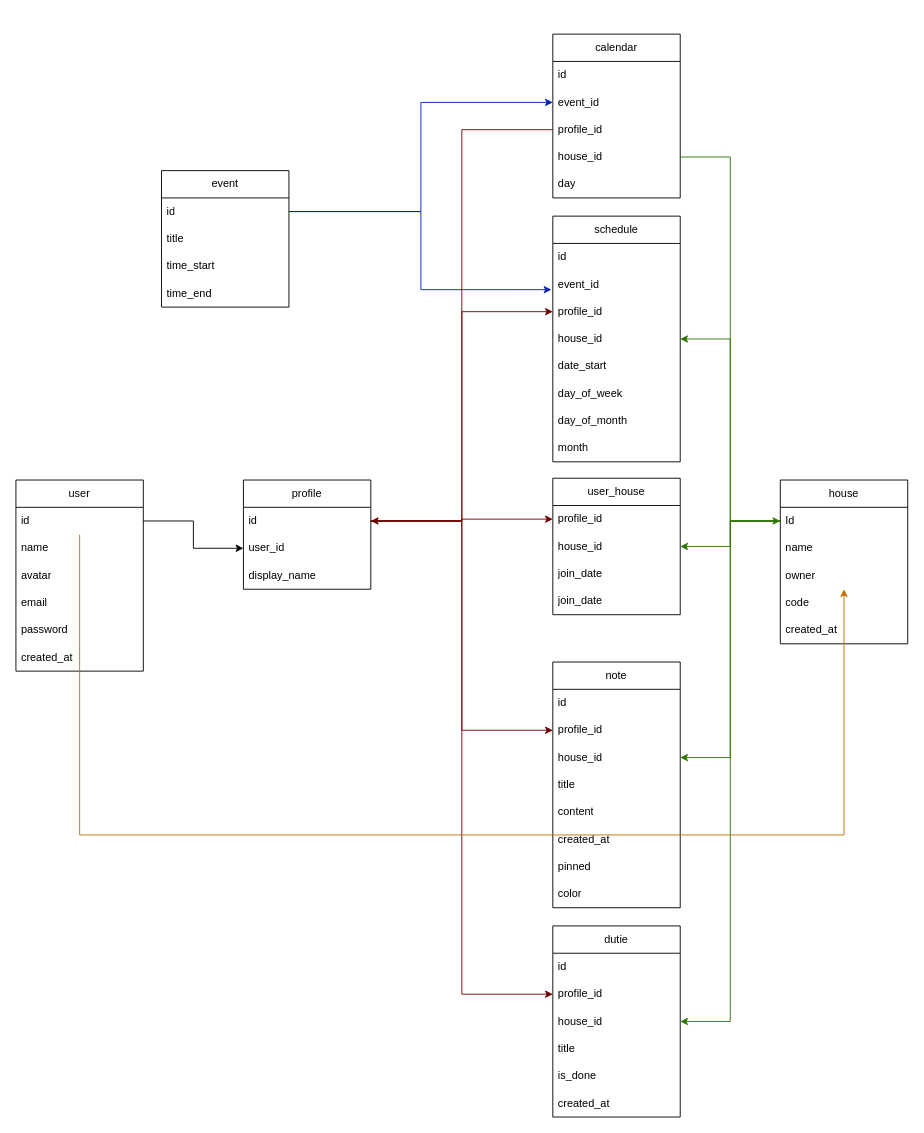
This is prisma/schema.drawio from Yndh/hakhiros, a draw.io file, before an edit. Source tidied: cells renumbered, new cells numbered last; positions are measured from the earlier drawing's top-left corner, leaving out a move shared by most shapes. Both pictures are drawn from the tidied source at 91%, with x=0, y=0 at pixel (15, 34).
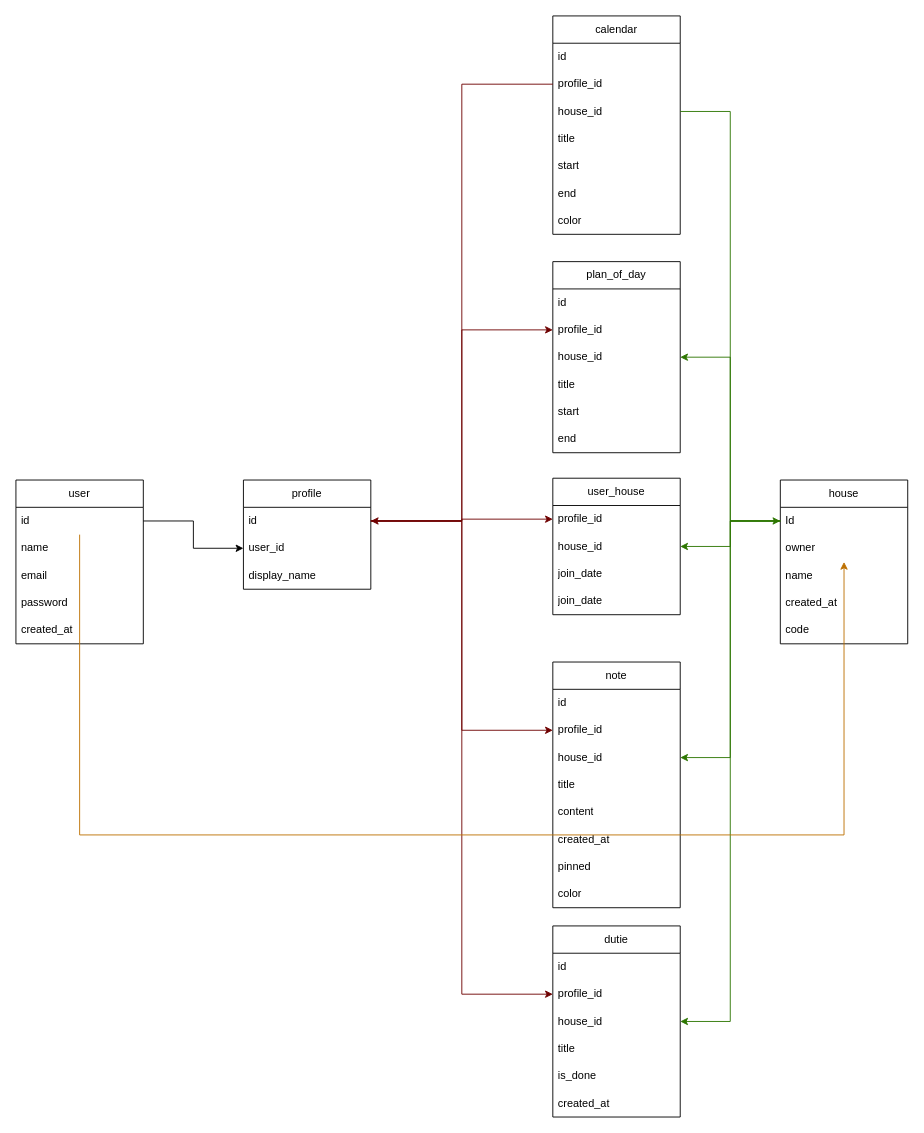
The same page after the edit.

Commit message (it also covers changes not shown here):
change schedule to plan_of_day and change columns and update schema

Unchanged cells that the change refers to:
```xml
<mxCell id="9" value="house" style="swimlane;fontStyle=0;horizontal=1;startSize=30;whiteSpace=wrap;html=1;" parent="1" vertex="1">
  <mxGeometry x="840" y="490" width="140" height="180" as="geometry" />
</mxCell>
```

Diff of the diagram source:
```diff
@@
     <mxCell id="2" value="user" style="swimlane;fontStyle=0;horizontal=1;startSize=30;whiteSpace=wrap;html=1;" parent="1" vertex="1">
-      <mxGeometry y="490" width="140" height="210" as="geometry" />
+      <mxGeometry y="490" width="140" height="180" as="geometry" />
     </mxCell>
@@
-    <mxCell id="5" value="avatar" style="text;strokeColor=none;fillColor=none;align=left;verticalAlign=middle;spacingLeft=4;spacingRight=4;overflow=hidden;whiteSpace=wrap;html=1;" parent="2" vertex="1">
-      <mxGeometry y="90" width="140" height="30" as="geometry" />
-    </mxCell>
     <mxCell id="6" value="email" style="text;strokeColor=none;fillColor=none;align=left;verticalAlign=middle;spacingLeft=4;spacingRight=4;overflow=hidden;whiteSpace=wrap;html=1;" parent="2" vertex="1">
-      <mxGeometry y="120" width="140" height="30" as="geometry" />
+      <mxGeometry y="90" width="140" height="30" as="geometry" />
     </mxCell>
     <mxCell id="7" value="password" style="text;strokeColor=none;fillColor=none;align=left;verticalAlign=middle;spacingLeft=4;spacingRight=4;overflow=hidden;whiteSpace=wrap;html=1;" parent="2" vertex="1">
-      <mxGeometry y="150" width="140" height="30" as="geometry" />
+      <mxGeometry y="120" width="140" height="30" as="geometry" />
     </mxCell>
     <mxCell id="8" value="created_at" style="text;strokeColor=none;fillColor=none;align=left;verticalAlign=middle;spacingLeft=4;spacingRight=4;overflow=hidden;whiteSpace=wrap;html=1;" parent="2" vertex="1">
-      <mxGeometry y="180" width="140" height="30" as="geometry" />
+      <mxGeometry y="150" width="140" height="30" as="geometry" />
     </mxCell>
@@
+    <mxCell id="12" value="owner" style="text;strokeColor=none;fillColor=none;align=left;verticalAlign=middle;spacingLeft=4;spacingRight=4;overflow=hidden;points=[[0,0.5],[1,0.5]];portConstraint=eastwest;whiteSpace=wrap;html=1;" parent="9" vertex="1">
+      <mxGeometry y="60" width="140" height="30" as="geometry" />
+    </mxCell>
     <mxCell id="11" value="name" style="text;strokeColor=none;fillColor=none;align=left;verticalAlign=middle;spacingLeft=4;spacingRight=4;overflow=hidden;whiteSpace=wrap;html=1;" parent="9" vertex="1">
-      <mxGeometry y="60" width="140" height="30" as="geometry" />
+      <mxGeometry y="90" width="140" height="30" as="geometry" />
     </mxCell>
-    <mxCell id="12" value="owner" style="text;strokeColor=none;fillColor=none;align=left;verticalAlign=middle;spacingLeft=4;spacingRight=4;overflow=hidden;points=[[0,0.5],[1,0.5]];portConstraint=eastwest;whiteSpace=wrap;html=1;" parent="9" vertex="1">
-      <mxGeometry y="90" width="140" height="30" as="geometry" />
-    </mxCell>
+    <mxCell id="14" value="created_at" style="text;strokeColor=none;fillColor=none;align=left;verticalAlign=middle;spacingLeft=4;spacingRight=4;overflow=hidden;whiteSpace=wrap;html=1;" parent="9" vertex="1">
+      <mxGeometry y="120" width="140" height="30" as="geometry" />
+    </mxCell>
     <mxCell id="13" value="code" style="text;strokeColor=none;fillColor=none;align=left;verticalAlign=middle;spacingLeft=4;spacingRight=4;overflow=hidden;whiteSpace=wrap;html=1;" parent="9" vertex="1">
-      <mxGeometry y="120" width="140" height="30" as="geometry" />
+      <mxGeometry y="150" width="140" height="30" as="geometry" />
     </mxCell>
-    <mxCell id="14" value="created_at" style="text;strokeColor=none;fillColor=none;align=left;verticalAlign=middle;spacingLeft=4;spacingRight=4;overflow=hidden;whiteSpace=wrap;html=1;" parent="9" vertex="1">
-      <mxGeometry y="150" width="140" height="30" as="geometry" />
-    </mxCell>
@@
-    <mxCell id="40" value="schedule" style="swimlane;fontStyle=0;horizontal=1;startSize=30;whiteSpace=wrap;html=1;" parent="1" vertex="1">
-      <mxGeometry x="590" y="200" width="140" height="270" as="geometry" />
+    <mxCell id="40" value="plan_of_day" style="swimlane;fontStyle=0;horizontal=1;startSize=30;whiteSpace=wrap;html=1;" parent="1" vertex="1">
+      <mxGeometry x="590" y="250" width="140" height="210" as="geometry" />
     </mxCell>
@@
-    <mxCell id="42" value="event_id" style="text;strokeColor=none;fillColor=none;align=left;verticalAlign=middle;spacingLeft=4;spacingRight=4;overflow=hidden;points=[[0,0.5],[1,0.5]];portConstraint=eastwest;whiteSpace=wrap;html=1;" parent="40" vertex="1">
-      <mxGeometry y="60" width="140" height="30" as="geometry" />
-    </mxCell>
     <mxCell id="43" value="profile_id" style="text;strokeColor=none;fillColor=none;align=left;verticalAlign=middle;spacingLeft=4;spacingRight=4;overflow=hidden;points=[[0,0.5],[1,0.5]];portConstraint=eastwest;whiteSpace=wrap;html=1;" parent="40" vertex="1">
-      <mxGeometry y="90" width="140" height="30" as="geometry" />
+      <mxGeometry y="60" width="140" height="30" as="geometry" />
     </mxCell>
     <mxCell id="44" value="house_id" style="text;strokeColor=none;fillColor=none;align=left;verticalAlign=middle;spacingLeft=4;spacingRight=4;overflow=hidden;points=[[0,0.5],[1,0.5]];portConstraint=eastwest;whiteSpace=wrap;html=1;" parent="40" vertex="1">
-      <mxGeometry y="120" width="140" height="30" as="geometry" />
+      <mxGeometry y="90" width="140" height="30" as="geometry" />
     </mxCell>
-    <mxCell id="45" value="date_start" style="text;strokeColor=none;fillColor=none;align=left;verticalAlign=middle;spacingLeft=4;spacingRight=4;overflow=hidden;whiteSpace=wrap;html=1;" parent="40" vertex="1">
-      <mxGeometry y="150" width="140" height="30" as="geometry" />
-    </mxCell>
-    <mxCell id="46" value="day_of_week" style="text;strokeColor=none;fillColor=none;align=left;verticalAlign=middle;spacingLeft=4;spacingRight=4;overflow=hidden;whiteSpace=wrap;html=1;" parent="40" vertex="1">
-      <mxGeometry y="180" width="140" height="30" as="geometry" />
-    </mxCell>
-    <mxCell id="47" value="day_of_month" style="text;strokeColor=none;fillColor=none;align=left;verticalAlign=middle;spacingLeft=4;spacingRight=4;overflow=hidden;whiteSpace=wrap;html=1;" parent="40" vertex="1">
-      <mxGeometry y="210" width="140" height="30" as="geometry" />
-    </mxCell>
-    <mxCell id="48" value="month" style="text;strokeColor=none;fillColor=none;align=left;verticalAlign=middle;spacingLeft=4;spacingRight=4;overflow=hidden;whiteSpace=wrap;html=1;" parent="40" vertex="1">
-      <mxGeometry y="240" width="140" height="30" as="geometry" />
-    </mxCell>
-    <mxCell id="49" value="event" style="swimlane;fontStyle=0;horizontal=1;startSize=30;whiteSpace=wrap;html=1;" parent="1" vertex="1">
-      <mxGeometry x="160" y="150" width="140" height="150" as="geometry" />
-    </mxCell>
-    <mxCell id="50" value="id" style="text;strokeColor=none;fillColor=none;align=left;verticalAlign=middle;spacingLeft=4;spacingRight=4;overflow=hidden;points=[[0,0.5],[1,0.5]];portConstraint=eastwest;whiteSpace=wrap;html=1;" parent="49" vertex="1">
-      <mxGeometry y="30" width="140" height="30" as="geometry" />
-    </mxCell>
-    <mxCell id="51" value="title" style="text;strokeColor=none;fillColor=none;align=left;verticalAlign=middle;spacingLeft=4;spacingRight=4;overflow=hidden;whiteSpace=wrap;html=1;" parent="49" vertex="1">
-      <mxGeometry y="60" width="140" height="30" as="geometry" />
+    <mxCell id="51" value="title&lt;br&gt;" style="text;strokeColor=none;fillColor=none;align=left;verticalAlign=middle;spacingLeft=4;spacingRight=4;overflow=hidden;whiteSpace=wrap;html=1;" parent="40" vertex="1">
+      <mxGeometry y="120" width="140" height="30" as="geometry" />
     </mxCell>
-    <mxCell id="52" value="time_start" style="text;strokeColor=none;fillColor=none;align=left;verticalAlign=middle;spacingLeft=4;spacingRight=4;overflow=hidden;whiteSpace=wrap;html=1;" parent="49" vertex="1">
-      <mxGeometry y="90" width="140" height="30" as="geometry" />
-    </mxCell>
-    <mxCell id="53" value="time_end" style="text;strokeColor=none;fillColor=none;align=left;verticalAlign=middle;spacingLeft=4;spacingRight=4;overflow=hidden;whiteSpace=wrap;html=1;" parent="49" vertex="1">
-      <mxGeometry y="120" width="140" height="30" as="geometry" />
-    </mxCell>
-    <mxCell id="54" style="edgeStyle=orthogonalEdgeStyle;rounded=0;jettySize=auto;html=1;entryX=-0.011;entryY=0.694;entryDx=0;entryDy=0;entryPerimeter=0;fillColor=#0050ef;strokeColor=#001DBC;" parent="1" edge="1" source="50" target="42">
-      <mxGeometry relative="1" as="geometry" />
-    </mxCell>
+    <mxCell id="74" value="start" style="text;strokeColor=none;fillColor=none;align=left;verticalAlign=middle;spacingLeft=4;spacingRight=4;overflow=hidden;whiteSpace=wrap;html=1;" parent="40" vertex="1">
+      <mxGeometry y="150" width="140" height="30" as="geometry" />
+    </mxCell>
+    <mxCell id="75" value="end" style="text;strokeColor=none;fillColor=none;align=left;verticalAlign=middle;spacingLeft=4;spacingRight=4;overflow=hidden;whiteSpace=wrap;html=1;" parent="40" vertex="1">
+      <mxGeometry y="180" width="140" height="30" as="geometry" />
+    </mxCell>
@@
     <mxCell id="64" value="calendar" style="swimlane;fontStyle=0;horizontal=1;startSize=30;whiteSpace=wrap;html=1;" parent="1" vertex="1">
-      <mxGeometry x="590" width="140" height="180" as="geometry" />
+      <mxGeometry x="590" y="-20" width="140" height="240" as="geometry" />
     </mxCell>
@@
-    <mxCell id="66" value="event_id" style="text;strokeColor=none;fillColor=none;align=left;verticalAlign=middle;spacingLeft=4;spacingRight=4;overflow=hidden;points=[[0,0.5],[1,0.5]];portConstraint=eastwest;whiteSpace=wrap;html=1;" parent="64" vertex="1">
-      <mxGeometry y="60" width="140" height="30" as="geometry" />
-    </mxCell>
     <mxCell id="67" value="profile_id" style="text;strokeColor=none;fillColor=none;align=left;verticalAlign=middle;spacingLeft=4;spacingRight=4;overflow=hidden;points=[[0,0.5],[1,0.5]];portConstraint=eastwest;whiteSpace=wrap;html=1;" parent="64" vertex="1">
-      <mxGeometry y="90" width="140" height="30" as="geometry" />
+      <mxGeometry y="60" width="140" height="30" as="geometry" />
     </mxCell>
     <mxCell id="68" value="house_id" style="text;strokeColor=none;fillColor=none;align=left;verticalAlign=middle;spacingLeft=4;spacingRight=4;overflow=hidden;points=[[0,0.5],[1,0.5]];portConstraint=eastwest;whiteSpace=wrap;html=1;" parent="64" vertex="1">
-      <mxGeometry y="120" width="140" height="30" as="geometry" />
+      <mxGeometry y="90" width="140" height="30" as="geometry" />
     </mxCell>
-    <mxCell id="69" value="day" style="text;strokeColor=none;fillColor=none;align=left;verticalAlign=middle;spacingLeft=4;spacingRight=4;overflow=hidden;whiteSpace=wrap;html=1;" parent="64" vertex="1">
-      <mxGeometry y="150" width="140" height="30" as="geometry" />
+    <mxCell id="69" value="title" style="text;strokeColor=none;fillColor=none;align=left;verticalAlign=middle;spacingLeft=4;spacingRight=4;overflow=hidden;whiteSpace=wrap;html=1;" parent="64" vertex="1">
+      <mxGeometry y="120" width="140" height="30" as="geometry" />
     </mxCell>
-    <mxCell id="70" style="edgeStyle=orthogonalEdgeStyle;rounded=0;jettySize=auto;html=1;entryX=0;entryY=0.5;entryDx=0;entryDy=0;fillColor=#0050ef;strokeColor=#001DBC;" parent="1" edge="1" source="50" target="66">
-      <mxGeometry relative="1" as="geometry" />
-    </mxCell>
+    <mxCell id="76" value="start" style="text;strokeColor=none;fillColor=none;align=left;verticalAlign=middle;spacingLeft=4;spacingRight=4;overflow=hidden;whiteSpace=wrap;html=1;" parent="64" vertex="1">
+      <mxGeometry y="150" width="140" height="30" as="geometry" />
+    </mxCell>
+    <mxCell id="77" value="end" style="text;strokeColor=none;fillColor=none;align=left;verticalAlign=middle;spacingLeft=4;spacingRight=4;overflow=hidden;whiteSpace=wrap;html=1;" parent="64" vertex="1">
+      <mxGeometry y="180" width="140" height="30" as="geometry" />
+    </mxCell>
+    <mxCell id="78" value="color" style="text;strokeColor=none;fillColor=none;align=left;verticalAlign=middle;spacingLeft=4;spacingRight=4;overflow=hidden;whiteSpace=wrap;html=1;" parent="64" vertex="1">
+      <mxGeometry y="210" width="140" height="30" as="geometry" />
+    </mxCell>
```
